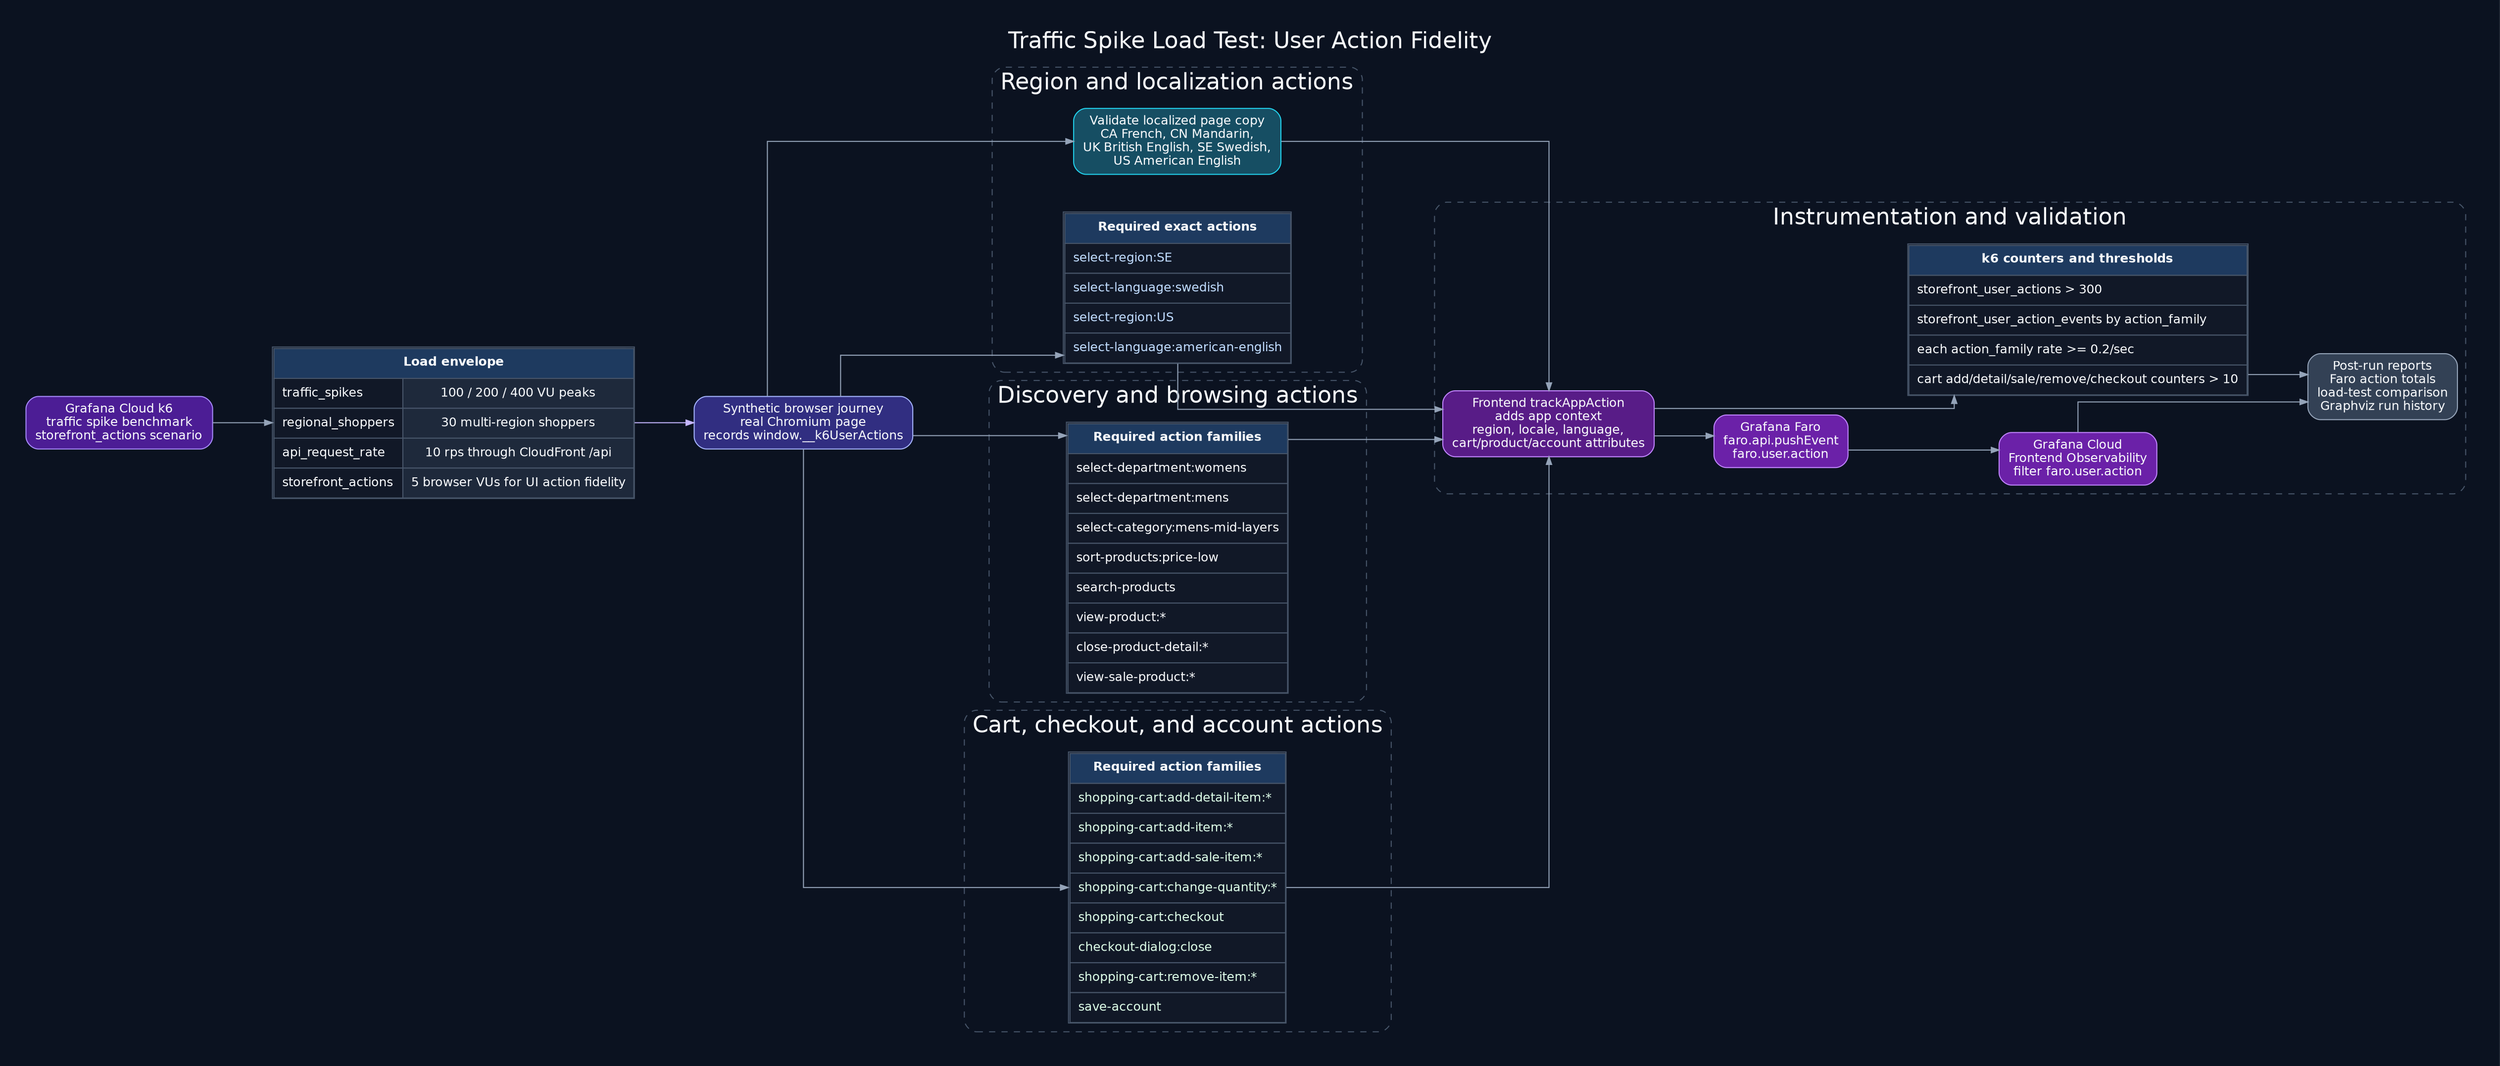
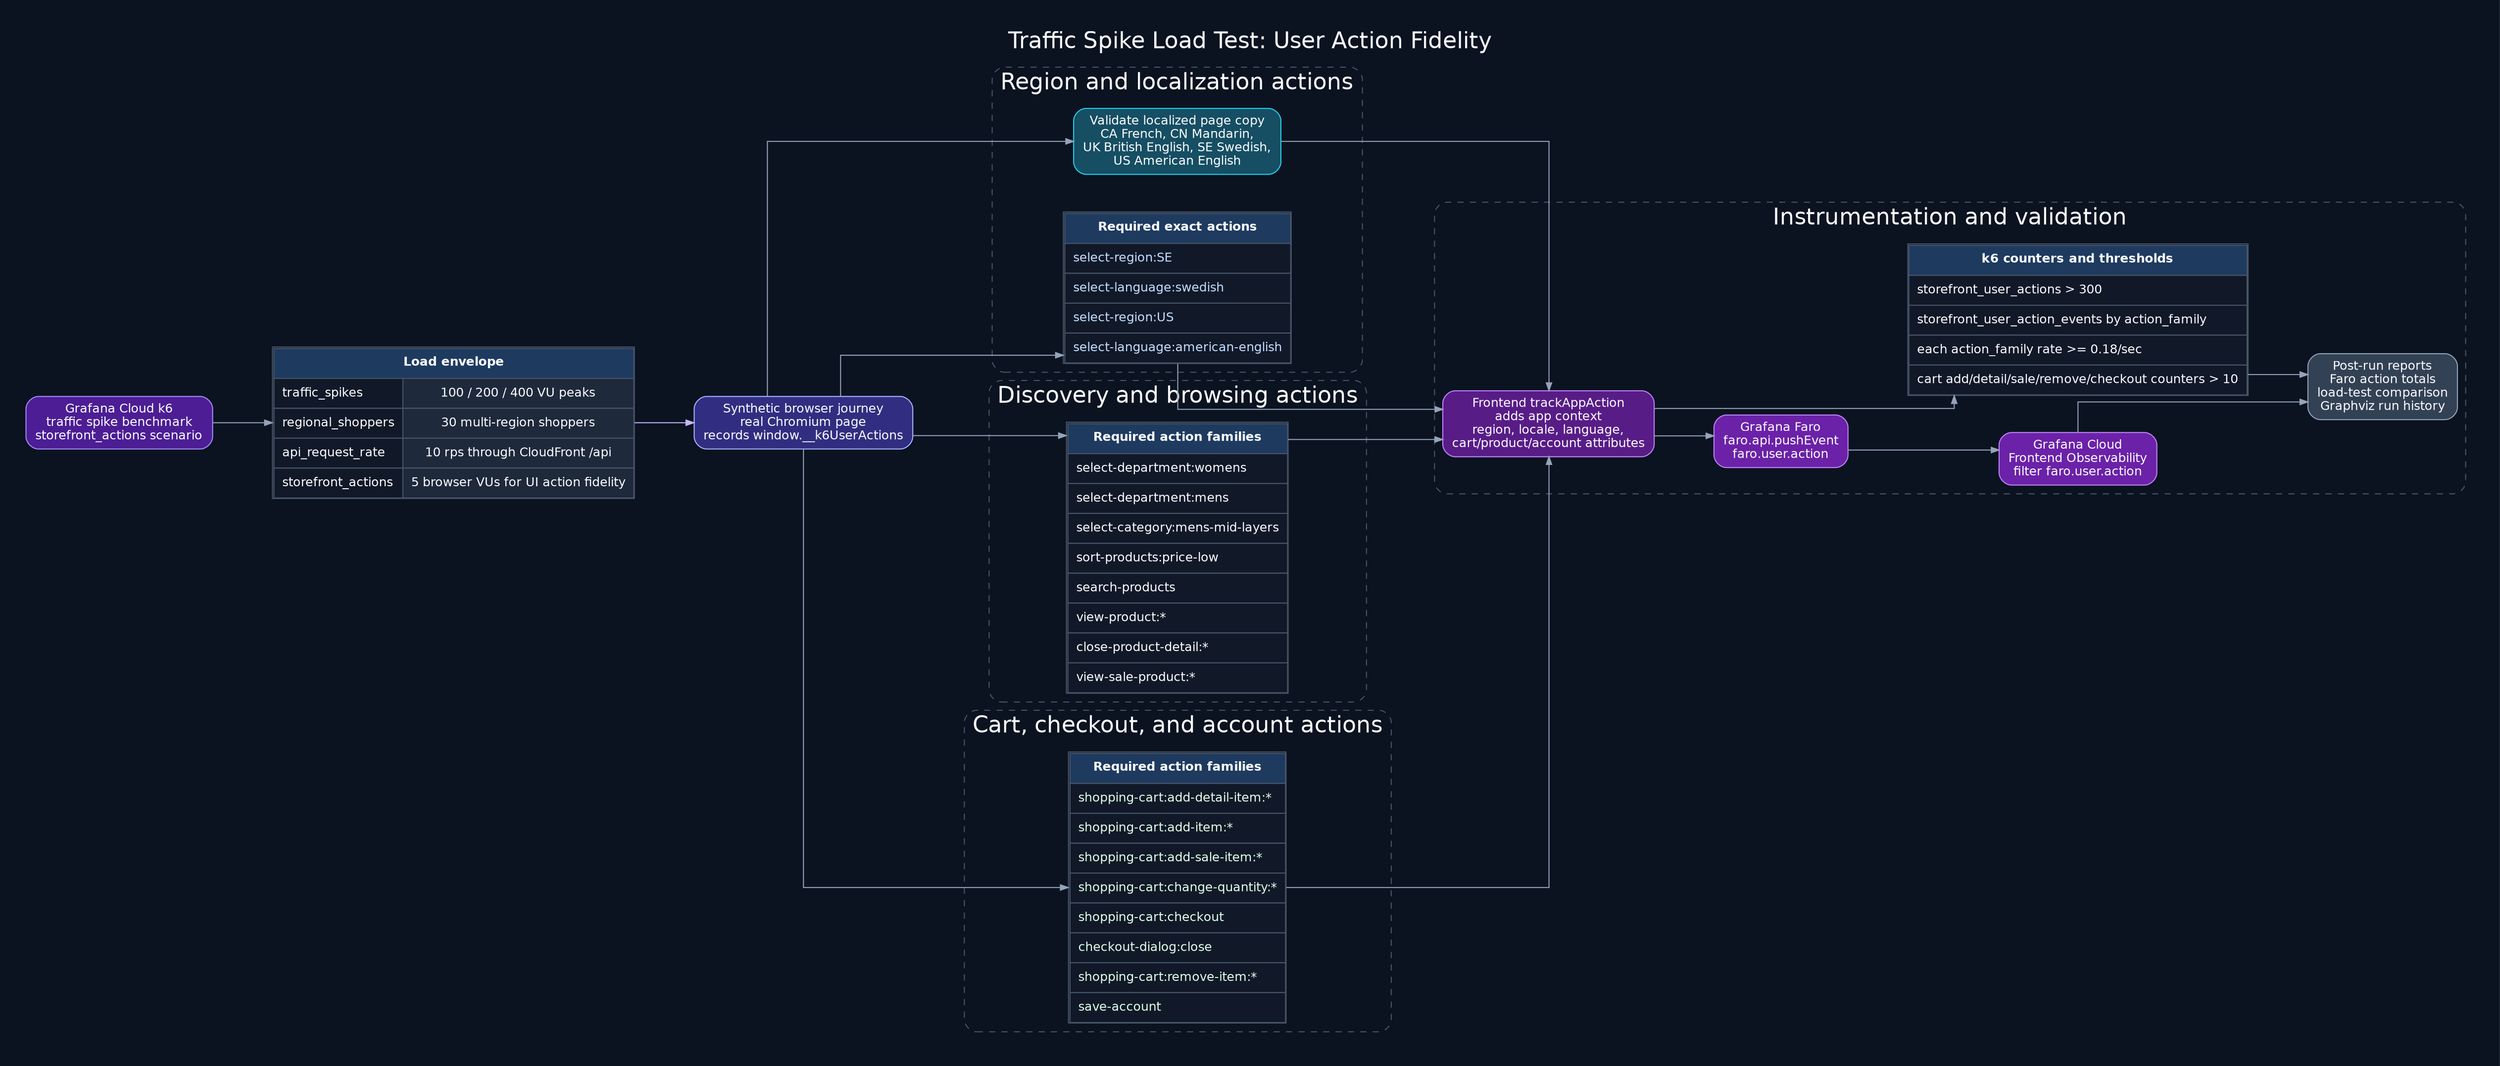
digraph traffic_spike_user_action_fidelity {
  graph [
    rankdir=LR,
    bgcolor="#0b1220",
    fontcolor="#f8fafc",
    fontname="Helvetica",
    fontsize=22,
    labelloc=t,
    label="Traffic Spike Load Test: User Action Fidelity",
    pad=0.35,
    nodesep=0.5,
    ranksep=0.8,
    splines=ortho
  ];

  node [
    shape=box,
    style="rounded,filled",
    fontname="Helvetica",
    fontsize=12,
    color="#64748b",
    fillcolor="#111827",
    fontcolor="#f8fafc",
    margin="0.13,0.08"
  ];

  edge [
    color="#94a3b8",
    fontcolor="#f8fafc",
    fontname="Helvetica",
    fontsize=10,
    arrowsize=0.75
  ];

  start [
    label="Grafana Cloud k6\ntraffic spike benchmark\nstorefront_actions scenario",
    fillcolor="#4c1d95",
    color="#a78bfa"
  ];

  load_shape [
    shape=plain,
    label=<
      <TABLE BORDER="1" CELLBORDER="1" CELLSPACING="0" CELLPADDING="7" COLOR="#475569">
        <TR><TD BGCOLOR="#1e3a5f" COLSPAN="2"><FONT COLOR="#f8fafc"><B>Load envelope</B></FONT></TD></TR>
        <TR><TD BGCOLOR="#111827" ALIGN="LEFT"><FONT COLOR="#f8fafc">traffic_spikes</FONT></TD><TD BGCOLOR="#1e293b"><FONT COLOR="#f8fafc">100 / 200 / 400 VU peaks</FONT></TD></TR>
        <TR><TD BGCOLOR="#111827" ALIGN="LEFT"><FONT COLOR="#f8fafc">regional_shoppers</FONT></TD><TD BGCOLOR="#1e293b"><FONT COLOR="#f8fafc">30 multi-region shoppers</FONT></TD></TR>
        <TR><TD BGCOLOR="#111827" ALIGN="LEFT"><FONT COLOR="#f8fafc">api_request_rate</FONT></TD><TD BGCOLOR="#1e293b"><FONT COLOR="#f8fafc">10 rps through CloudFront /api</FONT></TD></TR>
        <TR><TD BGCOLOR="#111827" ALIGN="LEFT"><FONT COLOR="#f8fafc">storefront_actions</FONT></TD><TD BGCOLOR="#1e293b"><FONT COLOR="#f8fafc">5 browser VUs for UI action fidelity</FONT></TD></TR>
      </TABLE>
    >
  ];

  browser [
    label="Synthetic browser journey\nreal Chromium page\nrecords window.__k6UserActions",
    fillcolor="#312e81",
    color="#a5b4fc"
  ];

  subgraph cluster_region_language {
    label="Region and localization actions";
    color="#475569";
    fontcolor="#f8fafc";
    style="rounded,dashed";

    locale_validation [
      label="Validate localized page copy\nCA French, CN Mandarin,\nUK British English, SE Swedish,\nUS American English",
      fillcolor="#164e63",
      color="#22d3ee"
    ];
    region_actions [
      shape=plain,
      label=<
        <TABLE BORDER="1" CELLBORDER="1" CELLSPACING="0" CELLPADDING="7" COLOR="#475569">
          <TR><TD BGCOLOR="#1e3a5f"><FONT COLOR="#f8fafc"><B>Required exact actions</B></FONT></TD></TR>
          <TR><TD BGCOLOR="#111827" ALIGN="LEFT"><FONT COLOR="#bfdbfe">select-region:SE</FONT></TD></TR>
          <TR><TD BGCOLOR="#111827" ALIGN="LEFT"><FONT COLOR="#bfdbfe">select-language:swedish</FONT></TD></TR>
          <TR><TD BGCOLOR="#111827" ALIGN="LEFT"><FONT COLOR="#bfdbfe">select-region:US</FONT></TD></TR>
          <TR><TD BGCOLOR="#111827" ALIGN="LEFT"><FONT COLOR="#bfdbfe">select-language:american-english</FONT></TD></TR>
        </TABLE>
      >
    ];
  }

  subgraph cluster_discovery {
    label="Discovery and browsing actions";
    color="#475569";
    fontcolor="#f8fafc";
    style="rounded,dashed";

    discovery_actions [
      shape=plain,
      label=<
        <TABLE BORDER="1" CELLBORDER="1" CELLSPACING="0" CELLPADDING="7" COLOR="#475569">
          <TR><TD BGCOLOR="#1e3a5f"><FONT COLOR="#f8fafc"><B>Required action families</B></FONT></TD></TR>
          <TR><TD BGCOLOR="#111827" ALIGN="LEFT"><FONT COLOR="#f8fafc">select-department:womens</FONT></TD></TR>
          <TR><TD BGCOLOR="#111827" ALIGN="LEFT"><FONT COLOR="#f8fafc">select-department:mens</FONT></TD></TR>
          <TR><TD BGCOLOR="#111827" ALIGN="LEFT"><FONT COLOR="#f8fafc">select-category:mens-mid-layers</FONT></TD></TR>
          <TR><TD BGCOLOR="#111827" ALIGN="LEFT"><FONT COLOR="#f8fafc">sort-products:price-low</FONT></TD></TR>
          <TR><TD BGCOLOR="#111827" ALIGN="LEFT"><FONT COLOR="#f8fafc">search-products</FONT></TD></TR>
          <TR><TD BGCOLOR="#111827" ALIGN="LEFT"><FONT COLOR="#f8fafc">view-product:*</FONT></TD></TR>
          <TR><TD BGCOLOR="#111827" ALIGN="LEFT"><FONT COLOR="#f8fafc">close-product-detail:*</FONT></TD></TR>
          <TR><TD BGCOLOR="#111827" ALIGN="LEFT"><FONT COLOR="#f8fafc">view-sale-product:*</FONT></TD></TR>
        </TABLE>
      >
    ];
  }

  subgraph cluster_cart_checkout {
    label="Cart, checkout, and account actions";
    color="#475569";
    fontcolor="#f8fafc";
    style="rounded,dashed";

    cart_actions [
      shape=plain,
      label=<
        <TABLE BORDER="1" CELLBORDER="1" CELLSPACING="0" CELLPADDING="7" COLOR="#475569">
          <TR><TD BGCOLOR="#1e3a5f"><FONT COLOR="#f8fafc"><B>Required action families</B></FONT></TD></TR>
          <TR><TD BGCOLOR="#111827" ALIGN="LEFT"><FONT COLOR="#dcfce7">shopping-cart:add-detail-item:*</FONT></TD></TR>
          <TR><TD BGCOLOR="#111827" ALIGN="LEFT"><FONT COLOR="#dcfce7">shopping-cart:add-item:*</FONT></TD></TR>
          <TR><TD BGCOLOR="#111827" ALIGN="LEFT"><FONT COLOR="#dcfce7">shopping-cart:add-sale-item:*</FONT></TD></TR>
          <TR><TD BGCOLOR="#111827" ALIGN="LEFT"><FONT COLOR="#dcfce7">shopping-cart:change-quantity:*</FONT></TD></TR>
          <TR><TD BGCOLOR="#111827" ALIGN="LEFT"><FONT COLOR="#dcfce7">shopping-cart:checkout</FONT></TD></TR>
          <TR><TD BGCOLOR="#111827" ALIGN="LEFT"><FONT COLOR="#dcfce7">checkout-dialog:close</FONT></TD></TR>
          <TR><TD BGCOLOR="#111827" ALIGN="LEFT"><FONT COLOR="#dcfce7">shopping-cart:remove-item:*</FONT></TD></TR>
          <TR><TD BGCOLOR="#111827" ALIGN="LEFT"><FONT COLOR="#dcfce7">save-account</FONT></TD></TR>
        </TABLE>
      >
    ];
  }

  subgraph cluster_instrumentation {
    label="Instrumentation and validation";
    color="#475569";
    fontcolor="#f8fafc";
    style="rounded,dashed";

    app_attrs [
      label="Frontend trackAppAction\nadds app context\nregion, locale, language,\ncart/product/account attributes",
      fillcolor="#581c87",
      color="#c084fc"
    ];
    faro [
      label="Grafana Faro\nfaro.api.pushEvent\nfaro.user.action",
      fillcolor="#6b21a8",
      color="#c084fc"
    ];
    k6_counters [
      shape=plain,
      label=<
        <TABLE BORDER="1" CELLBORDER="1" CELLSPACING="0" CELLPADDING="7" COLOR="#475569">
          <TR><TD BGCOLOR="#1e3a5f"><FONT COLOR="#f8fafc"><B>k6 counters and thresholds</B></FONT></TD></TR>
          <TR><TD BGCOLOR="#111827" ALIGN="LEFT"><FONT COLOR="#f8fafc">storefront_user_actions &gt; 300</FONT></TD></TR>
          <TR><TD BGCOLOR="#111827" ALIGN="LEFT"><FONT COLOR="#f8fafc">storefront_user_action_events by action_family</FONT></TD></TR>
-           <TR><TD BGCOLOR="#111827" ALIGN="LEFT"><FONT COLOR="#f8fafc">each action_family rate &gt;= 0.2/sec</FONT></TD></TR>
+           <TR><TD BGCOLOR="#111827" ALIGN="LEFT"><FONT COLOR="#f8fafc">each action_family rate &gt;= 0.18/sec</FONT></TD></TR>
          <TR><TD BGCOLOR="#111827" ALIGN="LEFT"><FONT COLOR="#f8fafc">cart add/detail/sale/remove/checkout counters &gt; 10</FONT></TD></TR>
        </TABLE>
      >
    ];
    grafana [
      label="Grafana Cloud\nFrontend Observability\nfilter faro.user.action",
      fillcolor="#6b21a8",
      color="#c084fc"
    ];
    report [
      label="Post-run reports\nFaro action totals\nload-test comparison\nGraphviz run history",
      fillcolor="#334155",
      color="#94a3b8"
    ];
  }

  start -> load_shape;
  load_shape -> browser [color="#c4b5fd"];

  browser -> locale_validation;
  browser -> region_actions;
  browser -> discovery_actions;
  browser -> cart_actions;

  region_actions -> app_attrs;
  discovery_actions -> app_attrs;
  cart_actions -> app_attrs;
  locale_validation -> app_attrs;

  app_attrs -> faro;
  app_attrs -> k6_counters;
  faro -> grafana;
  k6_counters -> report;
  grafana -> report;
}
